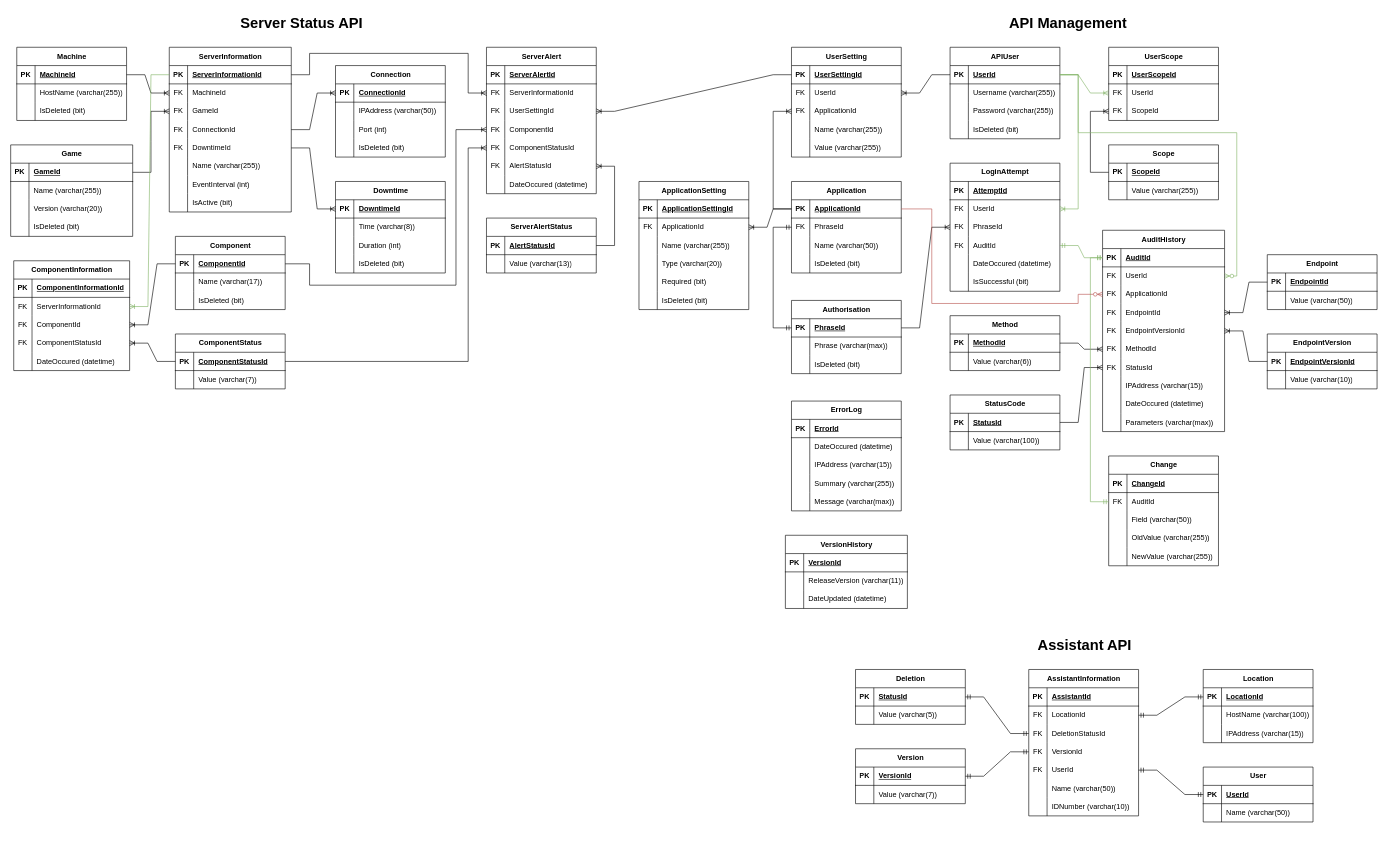
The draw.io diagram Database ERD.drawio in LegendarySpork9/Hunter-Industries-API, before the edit. Source tidied: cells renumbered, new cells numbered last; positions are measured from the earlier drawing's top-left corner, leaving out a move shared by most shapes. Both pictures are drawn from the tidied source at 61%, with x=0, y=0 at pixel (10, 10).
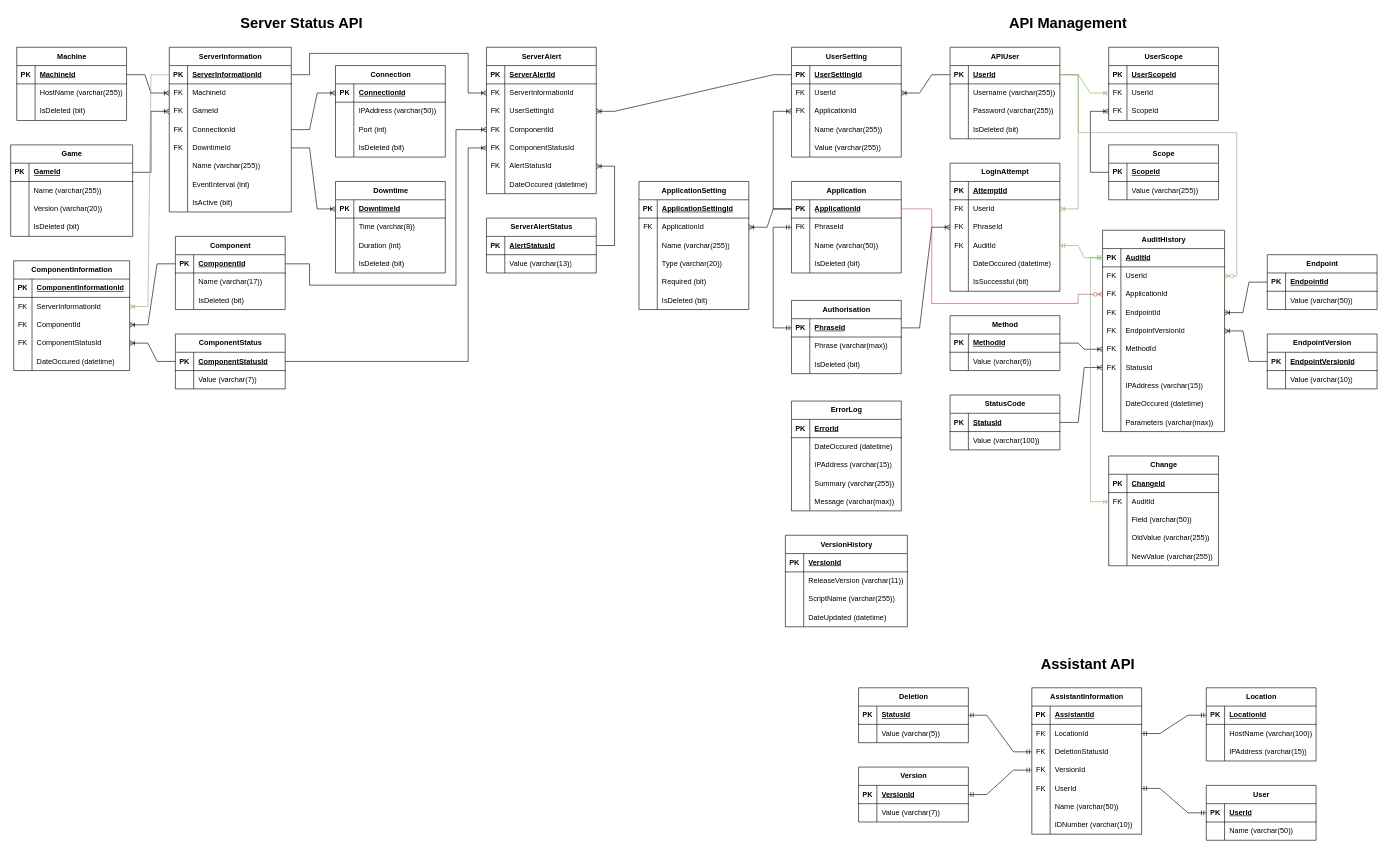
The same page after the edit.

Diff of the diagram source:
```diff
@@
     <mxCell id="12" value="AssistantInformation" style="shape=table;startSize=30;childLayout=tableLayout;rowLines=0;fontStyle=1;align=center;html=1;" parent="1" vertex="1">
-      <mxGeometry x="1669" y="1080" width="180" height="240" as="geometry" />
+      <mxGeometry x="1674" y="1110" width="180" height="240" as="geometry" />
     </mxCell>
@@
     <mxCell id="34" value="Location" style="shape=table;startSize=30;childLayout=tableLayout;rowLines=0;fontStyle=1;align=center;html=1;" parent="1" vertex="1">
-      <mxGeometry x="1955" y="1080" width="180" height="120" as="geometry" />
+      <mxGeometry x="1960" y="1110" width="180" height="120" as="geometry" />
     </mxCell>
@@
     <mxCell id="44" value="User" style="shape=table;startSize=30;childLayout=tableLayout;rowLines=0;fontStyle=1;align=center;html=1;" parent="1" vertex="1">
-      <mxGeometry x="1955" y="1240" width="180" height="90" as="geometry" />
+      <mxGeometry x="1960" y="1270" width="180" height="90" as="geometry" />
     </mxCell>
@@
     <mxCell id="51" value="Deletion" style="shape=table;startSize=30;childLayout=tableLayout;rowLines=0;fontStyle=1;align=center;html=1;" parent="1" vertex="1">
-      <mxGeometry x="1385" y="1080" width="180" height="90" as="geometry" />
+      <mxGeometry x="1390" y="1110" width="180" height="90" as="geometry" />
     </mxCell>
@@
     <mxCell id="61" value="Version" style="shape=table;startSize=30;childLayout=tableLayout;rowLines=0;fontStyle=1;align=center;html=1;" parent="1" vertex="1">
-      <mxGeometry x="1385" y="1210" width="180" height="90" as="geometry" />
+      <mxGeometry x="1390" y="1240" width="180" height="90" as="geometry" />
     </mxCell>
@@
     <mxCell id="221" value="&lt;h1 style=&quot;margin-top: 0px;&quot;&gt;Assistant API&lt;/h1&gt;" style="text;html=1;whiteSpace=wrap;overflow=hidden;rounded=0;" parent="1" vertex="1">
-      <mxGeometry x="1682" y="1020" width="156" height="40" as="geometry" />
+      <mxGeometry x="1687" y="1050" width="156" height="40" as="geometry" />
     </mxCell>
@@
     <mxCell id="394" value="VersionHistory" style="shape=table;startSize=30;childLayout=tableLayout;rowLines=0;fontStyle=1;align=center;html=1;" parent="1" vertex="1">
-      <mxGeometry x="1270" y="860" width="200" height="120" as="geometry" />
+      <mxGeometry x="1270" y="860" width="200" height="150" as="geometry" />
     </mxCell>
@@
+    <mxCell id="434" style="shape=tableRow;horizontal=0;startSize=0;swimlaneHead=0;swimlaneBody=0;fillColor=none;top=0;left=0;right=0;bottom=0;" parent="394" vertex="1">
+      <mxGeometry y="90" width="200" height="30" as="geometry" />
+    </mxCell>
+    <mxCell id="435" style="shape=partialRectangle;fillColor=none;top=0;left=0;bottom=0;right=0;overflow=hidden;whiteSpace=wrap;html=1;" parent="434" vertex="1">
+      <mxGeometry width="30" height="30" as="geometry" />
+    </mxCell>
+    <mxCell id="436" value="ScriptName (varchar(255))" style="shape=partialRectangle;fillColor=none;top=0;left=0;bottom=0;right=0;align=left;spacingLeft=6;overflow=hidden;whiteSpace=wrap;html=1;" parent="434" vertex="1">
+      <mxGeometry x="30" width="170" height="30" as="geometry" />
+    </mxCell>
     <mxCell id="401" style="shape=tableRow;horizontal=0;startSize=0;swimlaneHead=0;swimlaneBody=0;fillColor=none;top=0;left=0;right=0;bottom=0;" parent="394" vertex="1">
-      <mxGeometry y="90" width="200" height="30" as="geometry" />
+      <mxGeometry y="120" width="200" height="30" as="geometry" />
     </mxCell>
```
